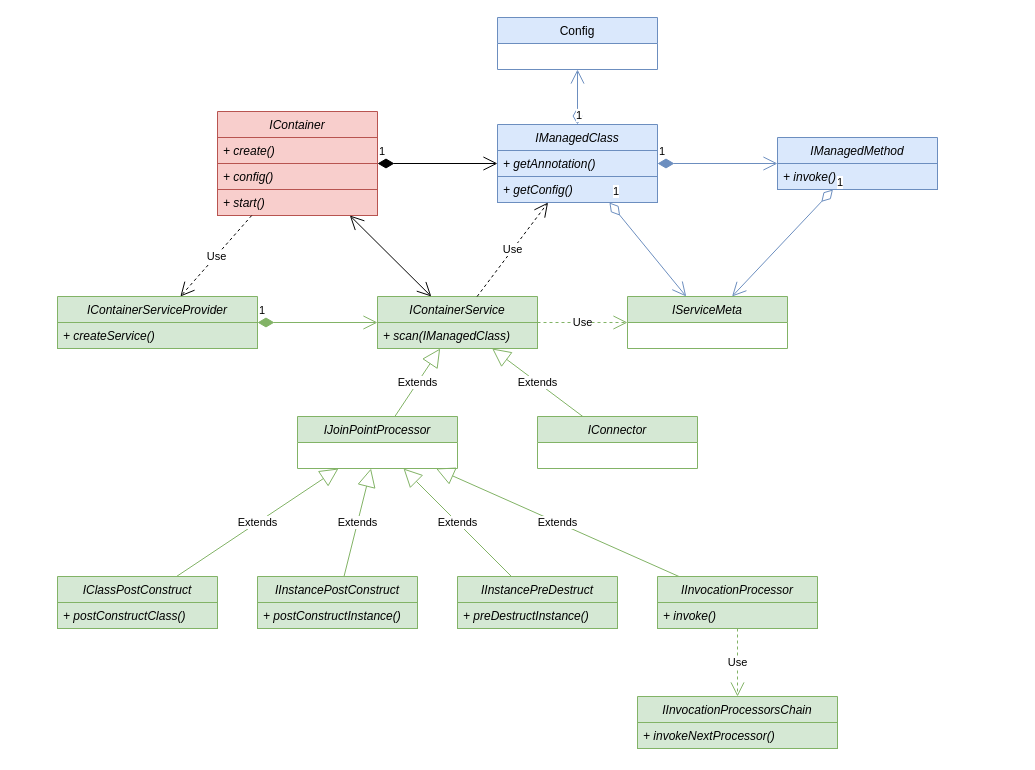
js-lib-com/tiny-container keeps this draw.io diagram as page "Container Overview" (2 of 13) of docs/container.drawio. Above is the earlier version. Source tidied: cells renumbered, new cells numbered last; positions are measured from the earlier drawing's top-left corner, leaving out a move shared by most shapes. Both pictures are drawn from the tidied source at 100%, with x=0, y=0 at pixel (57, 17).
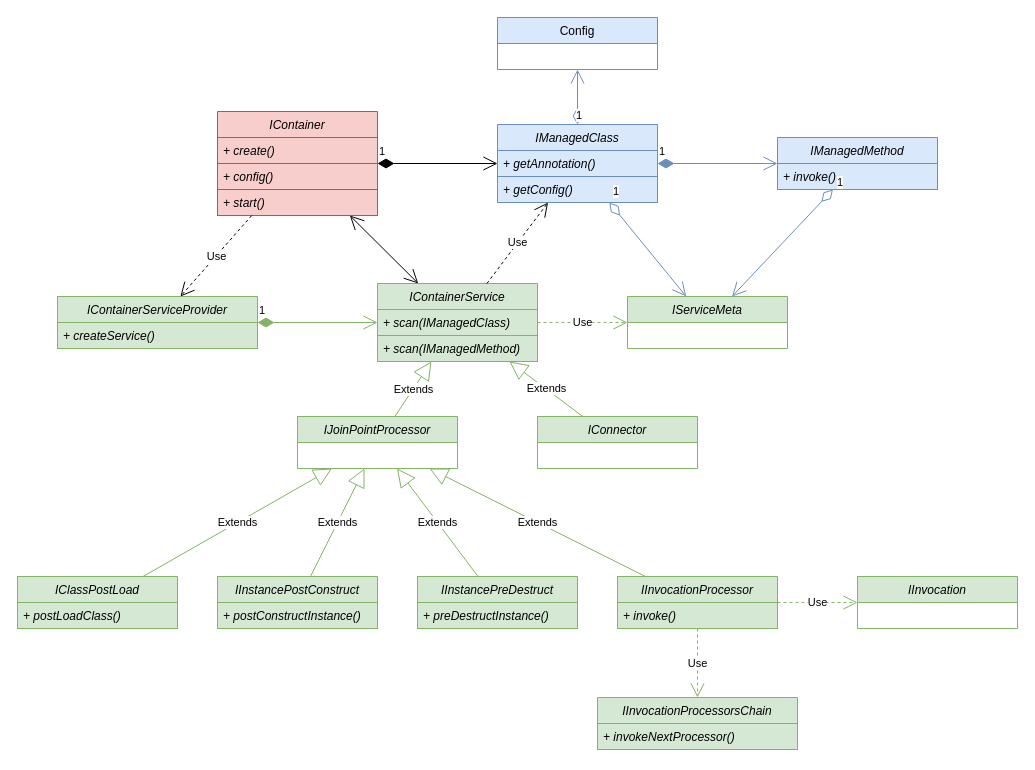
The same diagram, later.

Change to the diagram source:
```diff
@@
     <mxCell id="2" value="IContainerService" style="swimlane;fontStyle=2;horizontal=1;startSize=26;fillColor=#d5e8d4;strokeColor=#82b366;" parent="1" vertex="1">
-      <mxGeometry x="320" y="279" width="160" height="52" as="geometry" />
+      <mxGeometry x="320" y="266" width="160" height="78" as="geometry" />
     </mxCell>
@@
+    <mxCell id="46" value="+ scan(IManagedMethod)" style="text;strokeColor=#82b366;fillColor=#d5e8d4;align=left;verticalAlign=top;spacingLeft=4;spacingRight=4;overflow=hidden;fontStyle=2;" parent="2" vertex="1">
+      <mxGeometry y="52" width="160" height="26" as="geometry" />
+    </mxCell>
@@
     <mxCell id="9" value="IInvocationProcessor" style="swimlane;fontStyle=2;horizontal=1;startSize=26;fillColor=#d5e8d4;strokeColor=#82b366;" parent="1" vertex="1">
-      <mxGeometry x="600" y="559" width="160" height="52" as="geometry" />
+      <mxGeometry x="560" y="559" width="160" height="52" as="geometry" />
     </mxCell>
@@
-    <mxCell id="11" value="IClassPostConstruct" style="swimlane;fontStyle=2;horizontal=1;startSize=26;fillColor=#d5e8d4;strokeColor=#82b366;" parent="1" vertex="1">
-      <mxGeometry y="559" width="160" height="52" as="geometry" />
+    <mxCell id="11" value="IClassPostLoad" style="swimlane;fontStyle=2;horizontal=1;startSize=26;fillColor=#d5e8d4;strokeColor=#82b366;" parent="1" vertex="1">
+      <mxGeometry x="-40" y="559" width="160" height="52" as="geometry" />
     </mxCell>
-    <mxCell id="12" value="+ postConstructClass()" style="text;strokeColor=#82b366;fillColor=#d5e8d4;align=left;verticalAlign=top;spacingLeft=4;spacingRight=4;overflow=hidden;fontStyle=2;" parent="11" vertex="1">
+    <mxCell id="12" value="+ postLoadClass()" style="text;strokeColor=#82b366;fillColor=#d5e8d4;align=left;verticalAlign=top;spacingLeft=4;spacingRight=4;overflow=hidden;fontStyle=2;" parent="11" vertex="1">
       <mxGeometry y="26" width="160" height="26" as="geometry" />
     </mxCell>
     <mxCell id="13" value="IInstancePostConstruct" style="swimlane;fontStyle=2;horizontal=1;startSize=26;fillColor=#d5e8d4;strokeColor=#82b366;" parent="1" vertex="1">
-      <mxGeometry x="200" y="559" width="160" height="52" as="geometry" />
+      <mxGeometry x="160" y="559" width="160" height="52" as="geometry" />
     </mxCell>
@@
     <mxCell id="15" value="IInstancePreDestruct" style="swimlane;fontStyle=2;horizontal=1;startSize=26;fillColor=#d5e8d4;strokeColor=#82b366;" parent="1" vertex="1">
-      <mxGeometry x="400" y="559" width="160" height="52" as="geometry" />
+      <mxGeometry x="360" y="559" width="160" height="52" as="geometry" />
     </mxCell>
@@
     <mxCell id="23" value="IInvocationProcessorsChain" style="swimlane;fontStyle=2;horizontal=1;startSize=26;fillColor=#d5e8d4;strokeColor=#82b366;" parent="1" vertex="1">
-      <mxGeometry x="580" y="679" width="200" height="52" as="geometry" />
+      <mxGeometry x="540" y="680" width="200" height="52" as="geometry" />
     </mxCell>
@@
+    <mxCell id="47" value="IInvocation" style="swimlane;fontStyle=2;horizontal=1;startSize=26;fillColor=#d5e8d4;strokeColor=#82b366;" parent="1" vertex="1">
+      <mxGeometry x="800" y="559" width="160" height="52" as="geometry" />
+    </mxCell>
+    <mxCell id="48" value="Use" style="endArrow=open;endSize=12;dashed=1;html=1;fillColor=#d5e8d4;strokeColor=#82b366;" parent="1" edge="1" source="9" target="47">
+      <mxGeometry relative="1" as="geometry" />
+    </mxCell>
```
